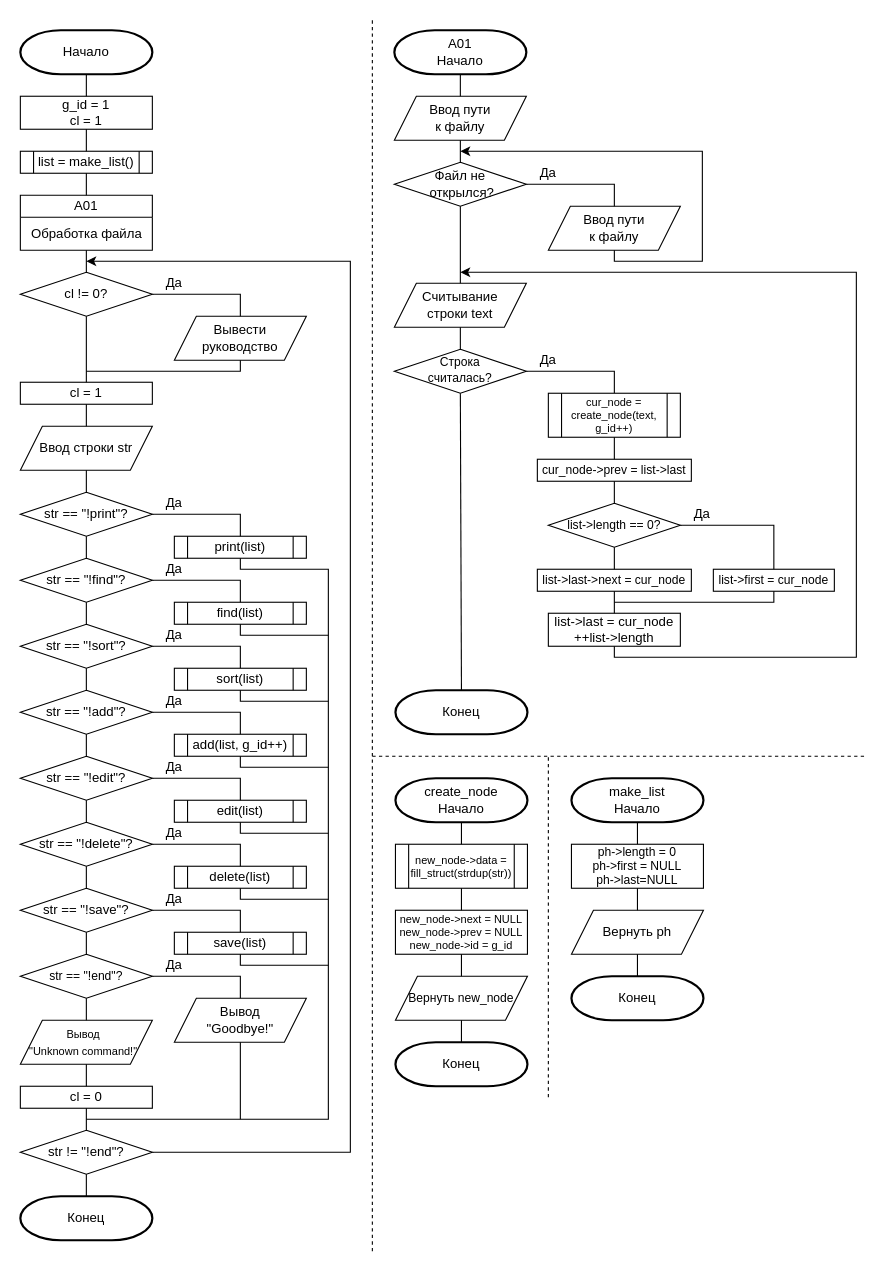
Above: page "main+from(2)" (2 of 11) of images/Схема алгоритма.drawio in DexTver/course_work_sql (draw.io), before the change. Source tidied: cells renumbered, new cells numbered last; positions are measured from the earlier drawing's top-left corner, leaving out a move shared by most shapes. Both pictures are drawn from the tidied source at 110%, with x=0, y=0 at pixel (20, 19).
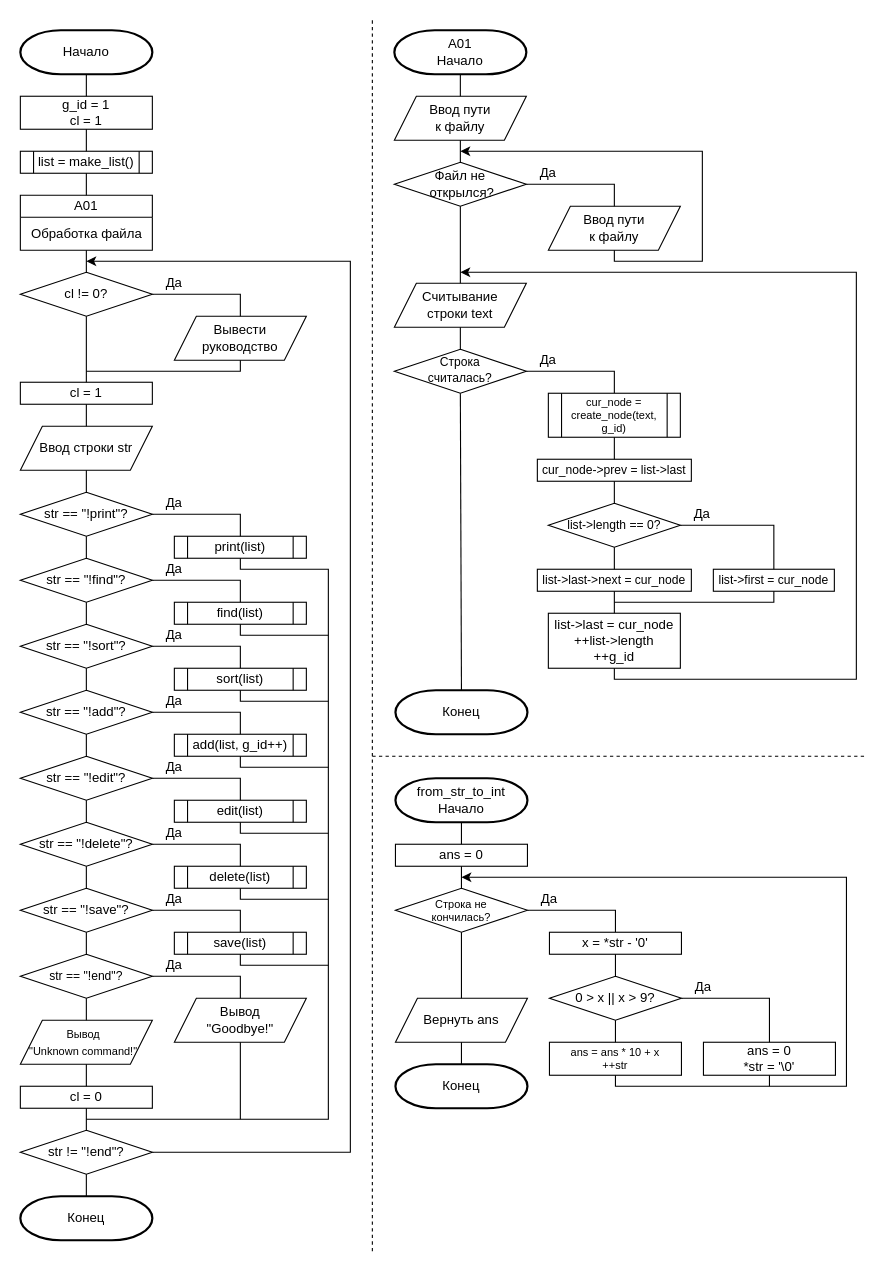
The same diagram, later.

What changed in the source:
```diff
@@
-    <mxCell id="24" value="cur_node = create_node(text, g_id++)" style="shape=process;whiteSpace=wrap;html=1;backgroundOutline=1;fontSize=10;" parent="1" vertex="1">
+    <mxCell id="24" value="cur_node = create_node(text, g_id)" style="shape=process;whiteSpace=wrap;html=1;backgroundOutline=1;fontSize=10;" parent="1" vertex="1">
       <mxGeometry x="480" y="340" width="120" height="40" as="geometry" />
     </mxCell>
@@
-    <mxCell id="31" value="list-&amp;gt;last = cur_node&lt;div&gt;++list-&amp;gt;length&lt;br&gt;&lt;/div&gt;" style="rounded=0;whiteSpace=wrap;html=1;" parent="1" vertex="1">
-      <mxGeometry x="480" y="540" width="120" height="30" as="geometry" />
+    <mxCell id="31" value="list-&amp;gt;last = cur_node&lt;div&gt;++list-&amp;gt;length&lt;br&gt;&lt;/div&gt;&lt;div&gt;++g_id&lt;/div&gt;" style="rounded=0;whiteSpace=wrap;html=1;" parent="1" vertex="1">
+      <mxGeometry x="480" y="540" width="120" height="50" as="geometry" />
     </mxCell>
@@
-    <mxCell id="36" style="endArrow=none;html=1;rounded=0;entryX=0.5;entryY=1;entryDx=0;entryDy=0;startArrow=classic;startFill=1;" parent="1" edge="1" target="31">
+    <mxCell id="36" style="endArrow=none;html=1;rounded=0;startArrow=classic;startFill=1;entryX=0.5;entryY=1;entryDx=0;entryDy=0;" parent="1" edge="1" target="31">
       <mxGeometry relative="1" as="geometry">
         <mxPoint x="400" y="230" as="sourcePoint" />
         <Array as="points">
           <mxPoint x="760" y="230" />
-          <mxPoint x="760" y="580" />
-          <mxPoint x="540" y="580" />
+          <mxPoint x="760" y="600" />
+          <mxPoint x="540" y="600" />
         </Array>
       </mxGeometry>
     </mxCell>
@@
-    <mxCell id="108" value="&lt;div&gt;make_list&lt;br&gt;&lt;/div&gt;Начало" style="strokeWidth=2;html=1;shape=mxgraph.flowchart.terminator;whiteSpace=wrap;" parent="1" vertex="1">
-      <mxGeometry x="501" y="690" width="120" height="40" as="geometry" />
-    </mxCell>
-    <mxCell id="109" value="ph-&amp;gt;length = 0&lt;div style=&quot;font-size: 11px;&quot;&gt;ph-&amp;gt;first = NULL&lt;br style=&quot;font-size: 11px;&quot;&gt;&lt;/div&gt;&lt;div style=&quot;font-size: 11px;&quot;&gt;ph-&amp;gt;last=NULL&lt;/div&gt;" style="rounded=0;whiteSpace=wrap;html=1;fontSize=11;" parent="1" vertex="1">
-      <mxGeometry x="501" y="750" width="120" height="40" as="geometry" />
-    </mxCell>
-    <mxCell id="110" value="Вернуть ph" style="shape=parallelogram;perimeter=parallelogramPerimeter;whiteSpace=wrap;html=1;fixedSize=1;" parent="1" vertex="1">
-      <mxGeometry x="501" y="810" width="120" height="40" as="geometry" />
-    </mxCell>
-    <mxCell id="111" value="Конец" style="strokeWidth=2;html=1;shape=mxgraph.flowchart.terminator;whiteSpace=wrap;" parent="1" vertex="1">
-      <mxGeometry x="501" y="870" width="120" height="40" as="geometry" />
-    </mxCell>
-    <mxCell id="112" style="endArrow=none;html=1;rounded=0;entryX=0.5;entryY=1;entryDx=0;entryDy=0;entryPerimeter=0;exitX=0.5;exitY=0;exitDx=0;exitDy=0;" parent="1" edge="1" source="109" target="108">
-      <mxGeometry relative="1" as="geometry" />
-    </mxCell>
-    <mxCell id="113" style="endArrow=none;html=1;rounded=0;entryX=0.5;entryY=1;entryDx=0;entryDy=0;exitX=0.5;exitY=0;exitDx=0;exitDy=0;" parent="1" edge="1" source="110" target="109">
-      <mxGeometry relative="1" as="geometry" />
-    </mxCell>
-    <mxCell id="114" style="endArrow=none;html=1;rounded=0;entryX=0.5;entryY=1;entryDx=0;entryDy=0;exitX=0.5;exitY=0;exitDx=0;exitDy=0;exitPerimeter=0;" parent="1" edge="1" source="111" target="110">
-      <mxGeometry relative="1" as="geometry" />
-    </mxCell>
-    <mxCell id="115" value="&lt;div&gt;create_node&lt;br&gt;&lt;/div&gt;Начало" style="strokeWidth=2;html=1;shape=mxgraph.flowchart.terminator;whiteSpace=wrap;" parent="1" vertex="1">
-      <mxGeometry x="341" y="690" width="120" height="40" as="geometry" />
-    </mxCell>
-    <mxCell id="116" value="&lt;div style=&quot;font-size: 10px;&quot;&gt;&lt;font style=&quot;font-size: 10px;&quot;&gt;new_node-&amp;gt;next = NULL&lt;/font&gt;&lt;br style=&quot;font-size: 10px;&quot;&gt;&lt;/div&gt;&lt;div style=&quot;font-size: 10px;&quot;&gt;&lt;font style=&quot;font-size: 10px;&quot;&gt;new_node-&amp;gt;prev = NULL&lt;br&gt;&lt;/font&gt;&lt;/div&gt;&lt;div style=&quot;font-size: 10px;&quot;&gt;&lt;font style=&quot;font-size: 10px;&quot;&gt;new_node-&amp;gt;id = g_id&lt;/font&gt;&lt;/div&gt;" style="rounded=0;whiteSpace=wrap;html=1;fontSize=10;" parent="1" vertex="1">
-      <mxGeometry x="341" y="810" width="120" height="40" as="geometry" />
-    </mxCell>
-    <mxCell id="117" value="new_node-&amp;gt;data = fill_struct(strdup(str))" style="shape=process;whiteSpace=wrap;html=1;backgroundOutline=1;fontSize=10;" parent="1" vertex="1">
-      <mxGeometry x="341" y="750" width="120" height="40" as="geometry" />
-    </mxCell>
-    <mxCell id="118" value="Вернуть&amp;nbsp;new_node" style="shape=parallelogram;perimeter=parallelogramPerimeter;whiteSpace=wrap;html=1;fixedSize=1;spacingLeft=50;spacingRight=50;fontSize=11;" parent="1" vertex="1">
-      <mxGeometry x="341" y="870" width="120" height="40" as="geometry" />
-    </mxCell>
-    <mxCell id="119" value="Конец" style="strokeWidth=2;html=1;shape=mxgraph.flowchart.terminator;whiteSpace=wrap;" parent="1" vertex="1">
-      <mxGeometry x="341" y="930" width="120" height="40" as="geometry" />
-    </mxCell>
-    <mxCell id="120" style="endArrow=none;html=1;rounded=0;entryX=0.5;entryY=1;entryDx=0;entryDy=0;exitX=0.5;exitY=0;exitDx=0;exitDy=0;exitPerimeter=0;" parent="1" edge="1" source="119" target="118">
-      <mxGeometry relative="1" as="geometry" />
-    </mxCell>
-    <mxCell id="121" style="endArrow=none;html=1;rounded=0;entryX=0.5;entryY=1;entryDx=0;entryDy=0;exitX=0.5;exitY=0;exitDx=0;exitDy=0;" parent="1" edge="1" source="118" target="116">
-      <mxGeometry relative="1" as="geometry" />
-    </mxCell>
-    <mxCell id="122" style="endArrow=none;html=1;rounded=0;entryX=0.5;entryY=1;entryDx=0;entryDy=0;exitX=0.5;exitY=0;exitDx=0;exitDy=0;" parent="1" edge="1" source="116" target="117">
-      <mxGeometry relative="1" as="geometry" />
-    </mxCell>
-    <mxCell id="123" style="endArrow=none;html=1;rounded=0;entryX=0.5;entryY=1;entryDx=0;entryDy=0;entryPerimeter=0;exitX=0.5;exitY=0;exitDx=0;exitDy=0;" parent="1" edge="1" source="117" target="115">
-      <mxGeometry relative="1" as="geometry" />
-    </mxCell>
@@
-    <mxCell id="126" style="endArrow=none;dashed=1;html=1;rounded=0;" parent="1" edge="1">
-      <mxGeometry relative="1" as="geometry">
-        <mxPoint x="480" y="980" as="sourcePoint" />
-        <mxPoint x="480" y="670" as="targetPoint" />
-      </mxGeometry>
-    </mxCell>
+    <mxCell id="127" value="from_str_to_int&lt;br&gt;Начало" style="strokeWidth=2;html=1;shape=mxgraph.flowchart.terminator;whiteSpace=wrap;" parent="1" vertex="1">
+      <mxGeometry x="341" y="690" width="120" height="40" as="geometry" />
+    </mxCell>
+    <mxCell id="128" value="ans = 0" style="rounded=0;whiteSpace=wrap;html=1;" parent="1" vertex="1">
+      <mxGeometry x="341" y="750" width="120" height="20" as="geometry" />
+    </mxCell>
+    <mxCell id="129" value="Строка не кончилась?" style="strokeWidth=1;html=1;shape=mxgraph.flowchart.decision;whiteSpace=wrap;fontSize=10;spacingLeft=10;spacingRight=10;" parent="1" vertex="1">
+      <mxGeometry x="341" y="790" width="120" height="40" as="geometry" />
+    </mxCell>
+    <mxCell id="130" value="&lt;font style=&quot;font-size: 10px;&quot;&gt;ans = ans * 10 + x&lt;br style=&quot;font-size: 10px;&quot;&gt;++str&lt;/font&gt;" style="rounded=0;whiteSpace=wrap;html=1;fontSize=10;" parent="1" vertex="1">
+      <mxGeometry x="481" y="930" width="120" height="30" as="geometry" />
+    </mxCell>
+    <mxCell id="131" value="Вернуть ans" style="shape=parallelogram;perimeter=parallelogramPerimeter;whiteSpace=wrap;html=1;fixedSize=1;" parent="1" vertex="1">
+      <mxGeometry x="341" y="890" width="120" height="40" as="geometry" />
+    </mxCell>
+    <mxCell id="132" value="Конец" style="strokeWidth=2;html=1;shape=mxgraph.flowchart.terminator;whiteSpace=wrap;" parent="1" vertex="1">
+      <mxGeometry x="341" y="950" width="120" height="40" as="geometry" />
+    </mxCell>
+    <mxCell id="133" style="endArrow=none;html=1;rounded=0;entryX=0.5;entryY=1;entryDx=0;entryDy=0;entryPerimeter=0;exitX=0.5;exitY=0;exitDx=0;exitDy=0;" parent="1" edge="1" source="128" target="127">
+      <mxGeometry relative="1" as="geometry" />
+    </mxCell>
+    <mxCell id="134" style="endArrow=none;html=1;rounded=0;entryX=1;entryY=0.5;entryDx=0;entryDy=0;entryPerimeter=0;exitX=0.5;exitY=0;exitDx=0;exitDy=0;" parent="1" edge="1" source="139" target="129">
+      <mxGeometry relative="1" as="geometry">
+        <Array as="points">
+          <mxPoint x="541" y="810" />
+        </Array>
+      </mxGeometry>
+    </mxCell>
+    <mxCell id="135" style="endArrow=none;html=1;rounded=0;entryX=0.5;entryY=1;entryDx=0;entryDy=0;exitX=0.5;exitY=0;exitDx=0;exitDy=0;exitPerimeter=0;" parent="1" edge="1" source="129" target="128">
+      <mxGeometry relative="1" as="geometry" />
+    </mxCell>
+    <mxCell id="136" style="endArrow=none;html=1;rounded=0;entryX=0.5;entryY=1;entryDx=0;entryDy=0;entryPerimeter=0;exitX=0.5;exitY=0;exitDx=0;exitDy=0;" parent="1" edge="1" source="131" target="129">
+      <mxGeometry relative="1" as="geometry" />
+    </mxCell>
+    <mxCell id="137" style="endArrow=none;html=1;rounded=0;entryX=0.5;entryY=1;entryDx=0;entryDy=0;exitX=0.5;exitY=0;exitDx=0;exitDy=0;exitPerimeter=0;" parent="1" edge="1" source="132" target="131">
+      <mxGeometry relative="1" as="geometry" />
+    </mxCell>
+    <mxCell id="138" value="Да" style="text;html=1;strokeColor=none;fillColor=none;align=center;verticalAlign=middle;whiteSpace=wrap;rounded=0;" parent="1" vertex="1">
+      <mxGeometry x="451" y="785" width="60" height="30" as="geometry" />
+    </mxCell>
+    <mxCell id="139" value="x = *str - '0'" style="rounded=0;whiteSpace=wrap;html=1;" parent="1" vertex="1">
+      <mxGeometry x="481" y="830" width="120" height="20" as="geometry" />
+    </mxCell>
+    <mxCell id="140" value="0 &amp;gt; x || x &amp;gt; 9?" style="strokeWidth=1;html=1;shape=mxgraph.flowchart.decision;whiteSpace=wrap;" parent="1" vertex="1">
+      <mxGeometry x="481" y="870" width="120" height="40" as="geometry" />
+    </mxCell>
+    <mxCell id="141" value="ans = 0&lt;div&gt;*str = '\0'&lt;br&gt;&lt;/div&gt;" style="rounded=0;whiteSpace=wrap;html=1;" parent="1" vertex="1">
+      <mxGeometry x="621" y="930" width="120" height="30" as="geometry" />
+    </mxCell>
+    <mxCell id="142" style="endArrow=classic;html=1;rounded=0;exitX=0.5;exitY=1;exitDx=0;exitDy=0;" parent="1" edge="1" source="130">
+      <mxGeometry relative="1" as="geometry">
+        <mxPoint x="401" y="780" as="targetPoint" />
+        <Array as="points">
+          <mxPoint x="541" y="970" />
+          <mxPoint x="751" y="970" />
+          <mxPoint x="751" y="780" />
+        </Array>
+      </mxGeometry>
+    </mxCell>
+    <mxCell id="143" style="endArrow=none;html=1;rounded=0;entryX=0.5;entryY=1;entryDx=0;entryDy=0;" parent="1" edge="1" target="141">
+      <mxGeometry relative="1" as="geometry">
+        <mxPoint x="681" y="970" as="sourcePoint" />
+      </mxGeometry>
+    </mxCell>
+    <mxCell id="144" style="endArrow=none;html=1;rounded=0;entryX=1;entryY=0.5;entryDx=0;entryDy=0;entryPerimeter=0;exitX=0.5;exitY=0;exitDx=0;exitDy=0;" parent="1" edge="1" source="141" target="140">
+      <mxGeometry relative="1" as="geometry">
+        <Array as="points">
+          <mxPoint x="681" y="890" />
+        </Array>
+      </mxGeometry>
+    </mxCell>
+    <mxCell id="145" style="endArrow=none;html=1;rounded=0;entryX=0.5;entryY=1;entryDx=0;entryDy=0;entryPerimeter=0;exitX=0.5;exitY=0;exitDx=0;exitDy=0;" parent="1" edge="1" source="130" target="140">
+      <mxGeometry relative="1" as="geometry" />
+    </mxCell>
+    <mxCell id="146" style="endArrow=none;html=1;rounded=0;entryX=0.5;entryY=1;entryDx=0;entryDy=0;exitX=0.5;exitY=0;exitDx=0;exitDy=0;exitPerimeter=0;" parent="1" edge="1" source="140" target="139">
+      <mxGeometry relative="1" as="geometry" />
+    </mxCell>
+    <mxCell id="147" value="Да" style="text;html=1;strokeColor=none;fillColor=none;align=center;verticalAlign=middle;whiteSpace=wrap;rounded=0;" parent="1" vertex="1">
+      <mxGeometry x="591" y="865" width="60" height="30" as="geometry" />
+    </mxCell>
```
